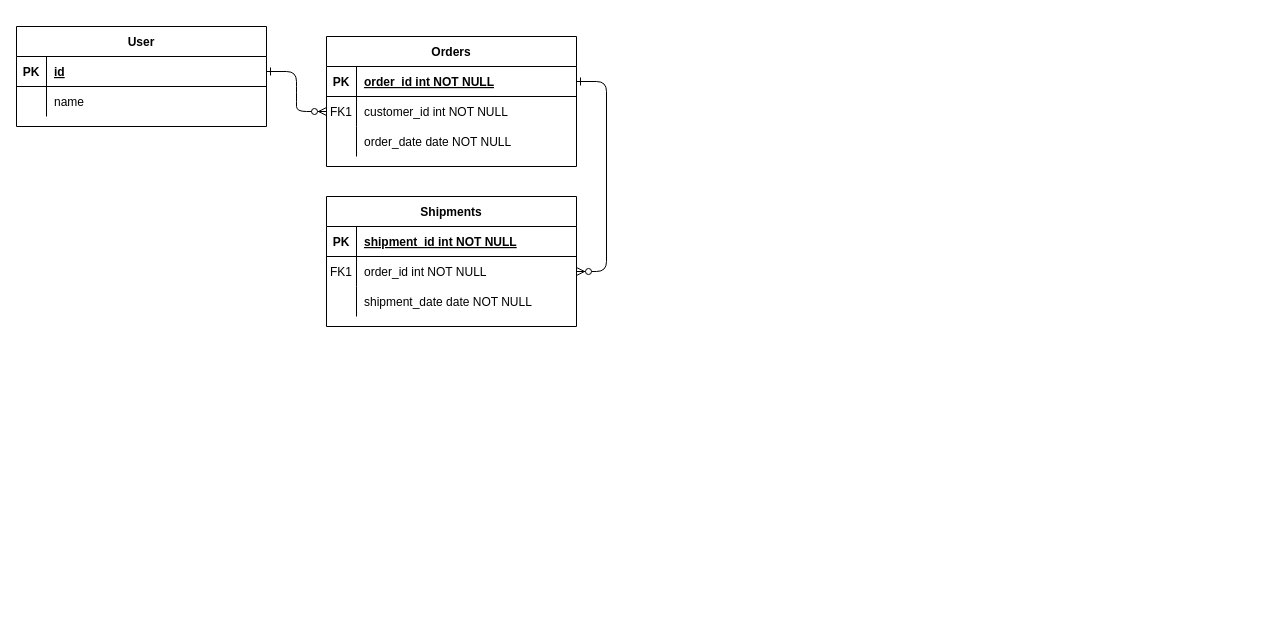
Earlier version of the draw.io diagram 名称未設定ファイル.drawio (Hauru427/rails-vocabulary-trainer). Source tidied: cells renumbered, new cells numbered last; positions are measured from the earlier drawing's top-left corner, leaving out a move shared by most shapes. Both pictures are drawn from the tidied source at 100%, with x=0, y=0 at pixel (16, 26).
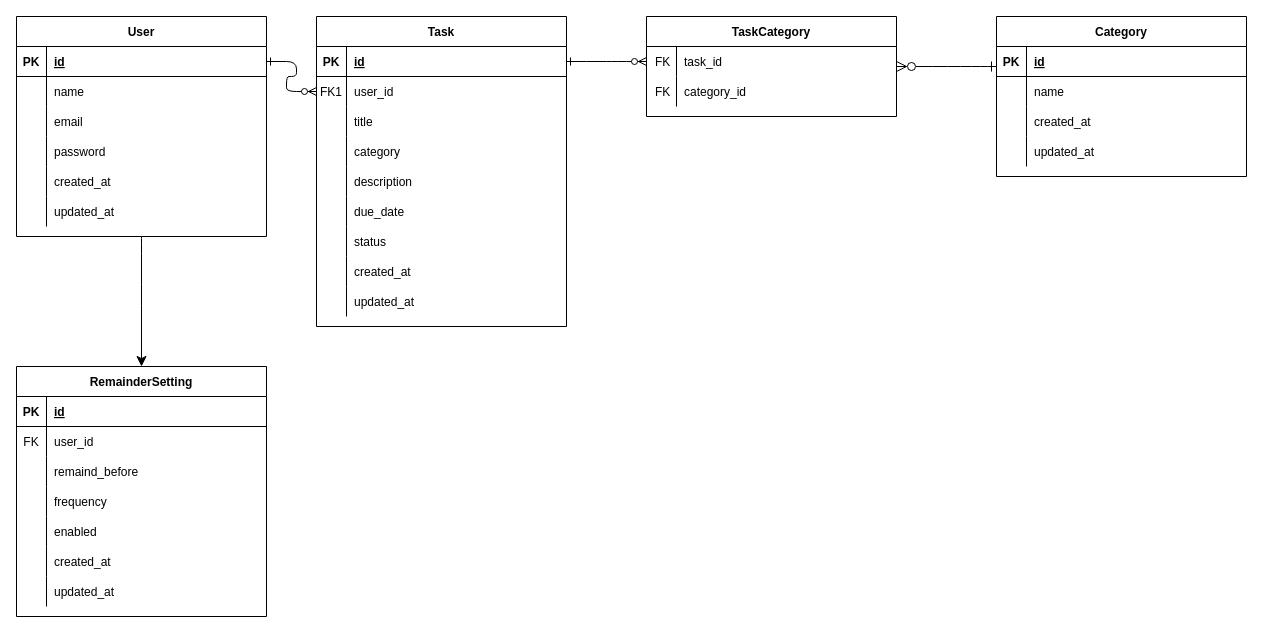
The same page after the edit.

Commit message:
名称未設定ファイル.drawio を更新します

Unchanged cells that the change refers to:
```xml
<mxCell id="5" style="shape=partialRectangle;fillColor=none;points=[[0,0.5],[1,0.5]];portConstraint=eastwest;top=0;left=0;right=0;bottom=1;" parent="4" vertex="1">
  <mxGeometry y="30" width="250" height="30" as="geometry" />
</mxCell>
<mxCell id="8" style="shape=partialRectangle;fillColor=none;points=[[0,0.5],[1,0.5]];portConstraint=eastwest;top=0;left=0;right=0;bottom=0;" parent="4" vertex="1">
  <mxGeometry y="60" width="250" height="30" as="geometry" />
</mxCell>
<mxCell id="11" style="shape=partialRectangle;fillColor=none;top=0;left=0;right=0;bottom=0;" parent="4" vertex="1">
  <mxGeometry y="90" width="250" height="30" as="geometry" />
</mxCell>
```

Change to the diagram source:
```diff
@@
-    <mxCell id="4" value="Orders" style="shape=table;startSize=30;childLayout=tableLayout;rowLines=0;fontStyle=1;align=center;" parent="1" vertex="1">
-      <mxGeometry x="310" y="10" width="250" height="130" as="geometry" />
+    <mxCell id="4" value="Task" style="shape=table;startSize=30;childLayout=tableLayout;rowLines=0;fontStyle=1;align=center;" parent="1" vertex="1">
+      <mxGeometry x="300" y="-10" width="250" height="310" as="geometry" />
     </mxCell>
@@
-    <mxCell id="7" value="order_id int NOT NULL " style="shape=partialRectangle;overflow=hidden;fillColor=none;top=0;left=0;bottom=0;right=0;align=left;spacingLeft=6;fontStyle=5;" parent="5" vertex="1">
+    <mxCell id="7" value="id" style="shape=partialRectangle;overflow=hidden;fillColor=none;top=0;left=0;bottom=0;right=0;align=left;spacingLeft=6;fontStyle=5;" parent="5" vertex="1">
       <mxGeometry x="30" width="220" height="30" as="geometry" />
     </mxCell>
@@
-    <mxCell id="10" value="customer_id int NOT NULL" style="shape=partialRectangle;overflow=hidden;fillColor=none;top=0;left=0;bottom=0;right=0;align=left;spacingLeft=6;" parent="8" vertex="1">
+    <mxCell id="10" value="user_id" style="shape=partialRectangle;overflow=hidden;fillColor=none;top=0;left=0;bottom=0;right=0;align=left;spacingLeft=6;" parent="8" vertex="1">
       <mxGeometry x="30" width="220" height="30" as="geometry" />
     </mxCell>
@@
-    <mxCell id="13" value="order_date date NOT NULL" style="shape=partialRectangle;overflow=hidden;fillColor=none;top=0;left=0;bottom=0;right=0;align=left;spacingLeft=6;" parent="11" vertex="1">
+    <mxCell id="13" value="title" style="shape=partialRectangle;overflow=hidden;fillColor=none;top=0;left=0;bottom=0;right=0;align=left;spacingLeft=6;" parent="11" vertex="1">
       <mxGeometry x="30" width="220" height="30" as="geometry" />
     </mxCell>
+    <mxCell id="31" style="shape=partialRectangle;fillColor=none;top=0;left=0;right=0;bottom=0;" parent="4" vertex="1">
+      <mxGeometry y="120" width="250" height="30" as="geometry" />
+    </mxCell>
+    <mxCell id="32" style="shape=partialRectangle;overflow=hidden;fillColor=none;top=0;left=0;bottom=0;right=0;" parent="31" vertex="1">
+      <mxGeometry width="30" height="30" as="geometry" />
+    </mxCell>
+    <mxCell id="33" value="category" style="shape=partialRectangle;overflow=hidden;fillColor=none;top=0;left=0;bottom=0;right=0;align=left;spacingLeft=6;" parent="31" vertex="1">
+      <mxGeometry x="30" width="220" height="30" as="geometry" />
+    </mxCell>
+    <mxCell id="34" style="shape=partialRectangle;fillColor=none;top=0;left=0;right=0;bottom=0;" parent="4" vertex="1">
+      <mxGeometry y="150" width="250" height="30" as="geometry" />
+    </mxCell>
+    <mxCell id="35" style="shape=partialRectangle;overflow=hidden;fillColor=none;top=0;left=0;bottom=0;right=0;" parent="34" vertex="1">
+      <mxGeometry width="30" height="30" as="geometry" />
+    </mxCell>
+    <mxCell id="36" value="description" style="shape=partialRectangle;overflow=hidden;fillColor=none;top=0;left=0;bottom=0;right=0;align=left;spacingLeft=6;" parent="34" vertex="1">
+      <mxGeometry x="30" width="220" height="30" as="geometry" />
+    </mxCell>
+    <mxCell id="37" style="shape=partialRectangle;fillColor=none;top=0;left=0;right=0;bottom=0;" parent="4" vertex="1">
+      <mxGeometry y="180" width="250" height="30" as="geometry" />
+    </mxCell>
+    <mxCell id="38" style="shape=partialRectangle;overflow=hidden;fillColor=none;top=0;left=0;bottom=0;right=0;" parent="37" vertex="1">
+      <mxGeometry width="30" height="30" as="geometry" />
+    </mxCell>
+    <mxCell id="39" value="due_date" style="shape=partialRectangle;overflow=hidden;fillColor=none;top=0;left=0;bottom=0;right=0;align=left;spacingLeft=6;" parent="37" vertex="1">
+      <mxGeometry x="30" width="220" height="30" as="geometry" />
+    </mxCell>
+    <mxCell id="40" style="shape=partialRectangle;fillColor=none;top=0;left=0;right=0;bottom=0;" parent="4" vertex="1">
+      <mxGeometry y="210" width="250" height="30" as="geometry" />
+    </mxCell>
+    <mxCell id="41" style="shape=partialRectangle;overflow=hidden;fillColor=none;top=0;left=0;bottom=0;right=0;" parent="40" vertex="1">
+      <mxGeometry width="30" height="30" as="geometry" />
+    </mxCell>
+    <mxCell id="42" value="status" style="shape=partialRectangle;overflow=hidden;fillColor=none;top=0;left=0;bottom=0;right=0;align=left;spacingLeft=6;" parent="40" vertex="1">
+      <mxGeometry x="30" width="220" height="30" as="geometry" />
+    </mxCell>
+    <mxCell id="43" style="shape=partialRectangle;fillColor=none;top=0;left=0;right=0;bottom=0;" parent="4" vertex="1">
+      <mxGeometry y="240" width="250" height="30" as="geometry" />
+    </mxCell>
+    <mxCell id="44" style="shape=partialRectangle;overflow=hidden;fillColor=none;top=0;left=0;bottom=0;right=0;" parent="43" vertex="1">
+      <mxGeometry width="30" height="30" as="geometry" />
+    </mxCell>
+    <mxCell id="45" value="created_at" style="shape=partialRectangle;overflow=hidden;fillColor=none;top=0;left=0;bottom=0;right=0;align=left;spacingLeft=6;" parent="43" vertex="1">
+      <mxGeometry x="30" width="220" height="30" as="geometry" />
+    </mxCell>
+    <mxCell id="46" style="shape=partialRectangle;fillColor=none;top=0;left=0;right=0;bottom=0;" parent="4" vertex="1">
+      <mxGeometry y="270" width="250" height="30" as="geometry" />
+    </mxCell>
+    <mxCell id="47" style="shape=partialRectangle;overflow=hidden;fillColor=none;top=0;left=0;bottom=0;right=0;" parent="46" vertex="1">
+      <mxGeometry width="30" height="30" as="geometry" />
+    </mxCell>
+    <mxCell id="48" value="updated_at" style="shape=partialRectangle;overflow=hidden;fillColor=none;top=0;left=0;bottom=0;right=0;align=left;spacingLeft=6;" parent="46" vertex="1">
+      <mxGeometry x="30" width="220" height="30" as="geometry" />
+    </mxCell>
+    <mxCell id="49" style="rounded=0;jettySize=auto;html=1;fontSize=12;startSize=8;endSize=8;edgeStyle=orthogonalEdgeStyle;curved=1;startArrow=ERzeroToMany;startFill=0;endArrow=ERone;endFill=0;" parent="1" edge="1" source="14" target="63">
+      <mxGeometry relative="1" as="geometry">
+        <Array as="points">
+          <mxPoint x="970" y="40" />
+          <mxPoint x="970" y="40" />
+        </Array>
+      </mxGeometry>
+    </mxCell>
-    <mxCell id="14" value="Shipments" style="shape=table;startSize=30;childLayout=tableLayout;rowLines=0;fontStyle=1;align=center;" parent="1" vertex="1">
-      <mxGeometry x="310" y="170" width="250" height="130" as="geometry" />
+    <mxCell id="14" value="TaskCategory" style="shape=table;startSize=30;childLayout=tableLayout;rowLines=0;fontStyle=1;align=center;" parent="1" vertex="1">
+      <mxGeometry x="630" y="-10" width="250" height="100" as="geometry" />
     </mxCell>
-    <mxCell id="15" style="shape=partialRectangle;fillColor=none;top=0;left=0;right=0;bottom=1;" parent="14" vertex="1">
-      <mxGeometry y="30" width="250" height="30" as="geometry" />
-    </mxCell>
-    <mxCell id="16" value="PK" style="shape=partialRectangle;overflow=hidden;fillColor=none;top=0;left=0;bottom=0;right=0;fontStyle=1;" parent="15" vertex="1">
-      <mxGeometry width="30" height="30" as="geometry" />
-    </mxCell>
-    <mxCell id="17" value="shipment_id int NOT NULL " style="shape=partialRectangle;overflow=hidden;fillColor=none;top=0;left=0;bottom=0;right=0;align=left;spacingLeft=6;fontStyle=5;" parent="15" vertex="1">
-      <mxGeometry x="30" width="220" height="30" as="geometry" />
-    </mxCell>
     <mxCell id="18" style="shape=partialRectangle;fillColor=none;points=[[0,0.5],[1,0.5]];portConstraint=eastwest;top=0;left=0;right=0;bottom=0;" parent="14" vertex="1">
-      <mxGeometry y="60" width="250" height="30" as="geometry" />
+      <mxGeometry y="30" width="250" height="30" as="geometry" />
     </mxCell>
-    <mxCell id="19" value="FK1" style="shape=partialRectangle;overflow=hidden;fillColor=none;top=0;left=0;bottom=0;right=0;" parent="18" vertex="1">
+    <mxCell id="19" value=" FK" style="shape=partialRectangle;overflow=hidden;fillColor=none;top=0;left=0;bottom=0;right=0;" parent="18" vertex="1">
       <mxGeometry width="30" height="30" as="geometry" />
     </mxCell>
-    <mxCell id="20" value="order_id int NOT NULL" style="shape=partialRectangle;overflow=hidden;fillColor=none;top=0;left=0;bottom=0;right=0;align=left;spacingLeft=6;" parent="18" vertex="1">
+    <mxCell id="20" value="task_id" style="shape=partialRectangle;overflow=hidden;fillColor=none;top=0;left=0;bottom=0;right=0;align=left;spacingLeft=6;" parent="18" vertex="1">
       <mxGeometry x="30" width="220" height="30" as="geometry" />
     </mxCell>
     <mxCell id="21" style="shape=partialRectangle;fillColor=none;top=0;left=0;right=0;bottom=0;" parent="14" vertex="1">
-      <mxGeometry y="90" width="250" height="30" as="geometry" />
+      <mxGeometry y="60" width="250" height="30" as="geometry" />
     </mxCell>
-    <mxCell id="22" style="shape=partialRectangle;overflow=hidden;fillColor=none;top=0;left=0;bottom=0;right=0;" parent="21" vertex="1">
+    <mxCell id="22" value=" FK" style="shape=partialRectangle;overflow=hidden;fillColor=none;top=0;left=0;bottom=0;right=0;" parent="21" vertex="1">
       <mxGeometry width="30" height="30" as="geometry" />
     </mxCell>
-    <mxCell id="23" value="shipment_date date NOT NULL" style="shape=partialRectangle;overflow=hidden;fillColor=none;top=0;left=0;bottom=0;right=0;align=left;spacingLeft=6;" parent="21" vertex="1">
+    <mxCell id="23" value="category_id" style="shape=partialRectangle;overflow=hidden;fillColor=none;top=0;left=0;bottom=0;right=0;align=left;spacingLeft=6;" parent="21" vertex="1">
       <mxGeometry x="30" width="220" height="30" as="geometry" />
     </mxCell>
+    <mxCell id="50" style="edgeStyle=none;curved=1;rounded=0;jettySize=auto;html=1;fontSize=12;startSize=8;endSize=8;" parent="1" edge="1" source="24" target="76">
+      <mxGeometry relative="1" as="geometry" />
+    </mxCell>
     <mxCell id="24" value="User" style="shape=table;startSize=30;childLayout=tableLayout;rowLines=0;fontStyle=1;align=center;" parent="1" vertex="1">
-      <mxGeometry width="250" height="100" as="geometry" />
+      <mxGeometry y="-10" width="250" height="220" as="geometry" />
     </mxCell>
@@
+    <mxCell id="51" style="shape=partialRectangle;fillColor=none;top=0;left=0;right=0;bottom=0;" parent="24" vertex="1">
+      <mxGeometry y="90" width="250" height="30" as="geometry" />
+    </mxCell>
+    <mxCell id="52" style="shape=partialRectangle;overflow=hidden;fillColor=none;top=0;left=0;bottom=0;right=0;" parent="51" vertex="1">
+      <mxGeometry width="30" height="30" as="geometry" />
+    </mxCell>
+    <mxCell id="53" value="email" style="shape=partialRectangle;overflow=hidden;fillColor=none;top=0;left=0;bottom=0;right=0;align=left;spacingLeft=6;" parent="51" vertex="1">
+      <mxGeometry x="30" width="220" height="30" as="geometry" />
+    </mxCell>
+    <mxCell id="54" style="shape=partialRectangle;fillColor=none;top=0;left=0;right=0;bottom=0;" parent="24" vertex="1">
+      <mxGeometry y="120" width="250" height="30" as="geometry" />
+    </mxCell>
+    <mxCell id="55" style="shape=partialRectangle;overflow=hidden;fillColor=none;top=0;left=0;bottom=0;right=0;" parent="54" vertex="1">
+      <mxGeometry width="30" height="30" as="geometry" />
+    </mxCell>
+    <mxCell id="56" value="password" style="shape=partialRectangle;overflow=hidden;fillColor=none;top=0;left=0;bottom=0;right=0;align=left;spacingLeft=6;" parent="54" vertex="1">
+      <mxGeometry x="30" width="220" height="30" as="geometry" />
+    </mxCell>
+    <mxCell id="57" style="shape=partialRectangle;fillColor=none;top=0;left=0;right=0;bottom=0;" parent="24" vertex="1">
+      <mxGeometry y="150" width="250" height="30" as="geometry" />
+    </mxCell>
+    <mxCell id="58" style="shape=partialRectangle;overflow=hidden;fillColor=none;top=0;left=0;bottom=0;right=0;" parent="57" vertex="1">
+      <mxGeometry width="30" height="30" as="geometry" />
+    </mxCell>
+    <mxCell id="59" value="created_at" style="shape=partialRectangle;overflow=hidden;fillColor=none;top=0;left=0;bottom=0;right=0;align=left;spacingLeft=6;" parent="57" vertex="1">
+      <mxGeometry x="30" width="220" height="30" as="geometry" />
+    </mxCell>
+    <mxCell id="60" style="shape=partialRectangle;fillColor=none;top=0;left=0;right=0;bottom=0;" parent="24" vertex="1">
+      <mxGeometry y="180" width="250" height="30" as="geometry" />
+    </mxCell>
+    <mxCell id="61" style="shape=partialRectangle;overflow=hidden;fillColor=none;top=0;left=0;bottom=0;right=0;" parent="60" vertex="1">
+      <mxGeometry width="30" height="30" as="geometry" />
+    </mxCell>
+    <mxCell id="62" value="updated_at" style="shape=partialRectangle;overflow=hidden;fillColor=none;top=0;left=0;bottom=0;right=0;align=left;spacingLeft=6;" parent="60" vertex="1">
+      <mxGeometry x="30" width="220" height="30" as="geometry" />
+    </mxCell>
+    <mxCell id="63" value="Category" style="shape=table;startSize=30;childLayout=tableLayout;rowLines=0;fontStyle=1;align=center;" parent="1" vertex="1">
+      <mxGeometry x="980" y="-10" width="250" height="160" as="geometry" />
+    </mxCell>
+    <mxCell id="64" style="shape=partialRectangle;fillColor=none;top=0;left=0;right=0;bottom=1;" parent="63" vertex="1">
+      <mxGeometry y="30" width="250" height="30" as="geometry" />
+    </mxCell>
+    <mxCell id="65" value="PK" style="shape=partialRectangle;overflow=hidden;fillColor=none;top=0;left=0;bottom=0;right=0;fontStyle=1;" parent="64" vertex="1">
+      <mxGeometry width="30" height="30" as="geometry" />
+    </mxCell>
+    <mxCell id="66" value="id" style="shape=partialRectangle;overflow=hidden;fillColor=none;top=0;left=0;bottom=0;right=0;align=left;spacingLeft=6;fontStyle=5;" parent="64" vertex="1">
+      <mxGeometry x="30" width="220" height="30" as="geometry" />
+    </mxCell>
+    <mxCell id="67" style="shape=partialRectangle;fillColor=none;top=0;left=0;right=0;bottom=0;" parent="63" vertex="1">
+      <mxGeometry y="60" width="250" height="30" as="geometry" />
+    </mxCell>
+    <mxCell id="68" style="shape=partialRectangle;overflow=hidden;fillColor=none;top=0;left=0;bottom=0;right=0;" parent="67" vertex="1">
+      <mxGeometry width="30" height="30" as="geometry" />
+    </mxCell>
+    <mxCell id="69" value="name" style="shape=partialRectangle;overflow=hidden;fillColor=none;top=0;left=0;bottom=0;right=0;align=left;spacingLeft=6;" parent="67" vertex="1">
+      <mxGeometry x="30" width="220" height="30" as="geometry" />
+    </mxCell>
+    <mxCell id="70" style="shape=partialRectangle;fillColor=none;top=0;left=0;right=0;bottom=0;" parent="63" vertex="1">
+      <mxGeometry y="90" width="250" height="30" as="geometry" />
+    </mxCell>
+    <mxCell id="71" style="shape=partialRectangle;overflow=hidden;fillColor=none;top=0;left=0;bottom=0;right=0;" parent="70" vertex="1">
+      <mxGeometry width="30" height="30" as="geometry" />
+    </mxCell>
+    <mxCell id="72" value="created_at" style="shape=partialRectangle;overflow=hidden;fillColor=none;top=0;left=0;bottom=0;right=0;align=left;spacingLeft=6;" parent="70" vertex="1">
+      <mxGeometry x="30" width="220" height="30" as="geometry" />
+    </mxCell>
+    <mxCell id="73" style="shape=partialRectangle;fillColor=none;top=0;left=0;right=0;bottom=0;" parent="63" vertex="1">
+      <mxGeometry y="120" width="250" height="30" as="geometry" />
+    </mxCell>
+    <mxCell id="74" style="shape=partialRectangle;overflow=hidden;fillColor=none;top=0;left=0;bottom=0;right=0;" parent="73" vertex="1">
+      <mxGeometry width="30" height="30" as="geometry" />
+    </mxCell>
+    <mxCell id="75" value="updated_at" style="shape=partialRectangle;overflow=hidden;fillColor=none;top=0;left=0;bottom=0;right=0;align=left;spacingLeft=6;" parent="73" vertex="1">
+      <mxGeometry x="30" width="220" height="30" as="geometry" />
+    </mxCell>
+    <mxCell id="76" value="RemainderSetting" style="shape=table;startSize=30;childLayout=tableLayout;rowLines=0;fontStyle=1;align=center;" parent="1" vertex="1">
+      <mxGeometry y="340" width="250" height="250" as="geometry" />
+    </mxCell>
+    <mxCell id="77" style="shape=partialRectangle;fillColor=none;top=0;left=0;right=0;bottom=1;" parent="76" vertex="1">
+      <mxGeometry y="30" width="250" height="30" as="geometry" />
+    </mxCell>
+    <mxCell id="78" value="PK" style="shape=partialRectangle;overflow=hidden;fillColor=none;top=0;left=0;bottom=0;right=0;fontStyle=1;" parent="77" vertex="1">
+      <mxGeometry width="30" height="30" as="geometry" />
+    </mxCell>
+    <mxCell id="79" value="id" style="shape=partialRectangle;overflow=hidden;fillColor=none;top=0;left=0;bottom=0;right=0;align=left;spacingLeft=6;fontStyle=5;" parent="77" vertex="1">
+      <mxGeometry x="30" width="220" height="30" as="geometry" />
+    </mxCell>
+    <mxCell id="80" style="shape=partialRectangle;fillColor=none;top=0;left=0;right=0;bottom=0;" parent="76" vertex="1">
+      <mxGeometry y="60" width="250" height="30" as="geometry" />
+    </mxCell>
+    <mxCell id="81" value="FK" style="shape=partialRectangle;overflow=hidden;fillColor=none;top=0;left=0;bottom=0;right=0;" parent="80" vertex="1">
+      <mxGeometry width="30" height="30" as="geometry" />
+    </mxCell>
+    <mxCell id="82" value="user_id" style="shape=partialRectangle;overflow=hidden;fillColor=none;top=0;left=0;bottom=0;right=0;align=left;spacingLeft=6;" parent="80" vertex="1">
+      <mxGeometry x="30" width="220" height="30" as="geometry" />
+    </mxCell>
+    <mxCell id="83" style="shape=partialRectangle;fillColor=none;top=0;left=0;right=0;bottom=0;" parent="76" vertex="1">
+      <mxGeometry y="90" width="250" height="30" as="geometry" />
+    </mxCell>
+    <mxCell id="84" style="shape=partialRectangle;overflow=hidden;fillColor=none;top=0;left=0;bottom=0;right=0;" parent="83" vertex="1">
+      <mxGeometry width="30" height="30" as="geometry" />
+    </mxCell>
+    <mxCell id="85" value="remaind_before" style="shape=partialRectangle;overflow=hidden;fillColor=none;top=0;left=0;bottom=0;right=0;align=left;spacingLeft=6;" parent="83" vertex="1">
+      <mxGeometry x="30" width="220" height="30" as="geometry" />
+    </mxCell>
+    <mxCell id="86" style="shape=partialRectangle;fillColor=none;top=0;left=0;right=0;bottom=0;" parent="76" vertex="1">
+      <mxGeometry y="120" width="250" height="30" as="geometry" />
+    </mxCell>
+    <mxCell id="87" style="shape=partialRectangle;overflow=hidden;fillColor=none;top=0;left=0;bottom=0;right=0;" parent="86" vertex="1">
+      <mxGeometry width="30" height="30" as="geometry" />
+    </mxCell>
+    <mxCell id="88" value="frequency" style="shape=partialRectangle;overflow=hidden;fillColor=none;top=0;left=0;bottom=0;right=0;align=left;spacingLeft=6;" parent="86" vertex="1">
+      <mxGeometry x="30" width="220" height="30" as="geometry" />
+    </mxCell>
+    <mxCell id="89" style="shape=partialRectangle;fillColor=none;top=0;left=0;right=0;bottom=0;" parent="76" vertex="1">
+      <mxGeometry y="150" width="250" height="30" as="geometry" />
+    </mxCell>
+    <mxCell id="90" style="shape=partialRectangle;overflow=hidden;fillColor=none;top=0;left=0;bottom=0;right=0;" parent="89" vertex="1">
+      <mxGeometry width="30" height="30" as="geometry" />
+    </mxCell>
+    <mxCell id="91" value="enabled" style="shape=partialRectangle;overflow=hidden;fillColor=none;top=0;left=0;bottom=0;right=0;align=left;spacingLeft=6;" parent="89" vertex="1">
+      <mxGeometry x="30" width="220" height="30" as="geometry" />
+    </mxCell>
+    <mxCell id="92" style="shape=partialRectangle;fillColor=none;top=0;left=0;right=0;bottom=0;" parent="76" vertex="1">
+      <mxGeometry y="180" width="250" height="30" as="geometry" />
+    </mxCell>
+    <mxCell id="93" style="shape=partialRectangle;overflow=hidden;fillColor=none;top=0;left=0;bottom=0;right=0;" parent="92" vertex="1">
+      <mxGeometry width="30" height="30" as="geometry" />
+    </mxCell>
+    <mxCell id="94" value="created_at" style="shape=partialRectangle;overflow=hidden;fillColor=none;top=0;left=0;bottom=0;right=0;align=left;spacingLeft=6;" parent="92" vertex="1">
+      <mxGeometry x="30" width="220" height="30" as="geometry" />
+    </mxCell>
+    <mxCell id="95" style="shape=partialRectangle;fillColor=none;top=0;left=0;right=0;bottom=0;" parent="76" vertex="1">
+      <mxGeometry y="210" width="250" height="30" as="geometry" />
+    </mxCell>
+    <mxCell id="96" style="shape=partialRectangle;overflow=hidden;fillColor=none;top=0;left=0;bottom=0;right=0;" parent="95" vertex="1">
+      <mxGeometry width="30" height="30" as="geometry" />
+    </mxCell>
+    <mxCell id="97" value="updated_at" style="shape=partialRectangle;overflow=hidden;fillColor=none;top=0;left=0;bottom=0;right=0;align=left;spacingLeft=6;" parent="95" vertex="1">
+      <mxGeometry x="30" width="220" height="30" as="geometry" />
+    </mxCell>
```
